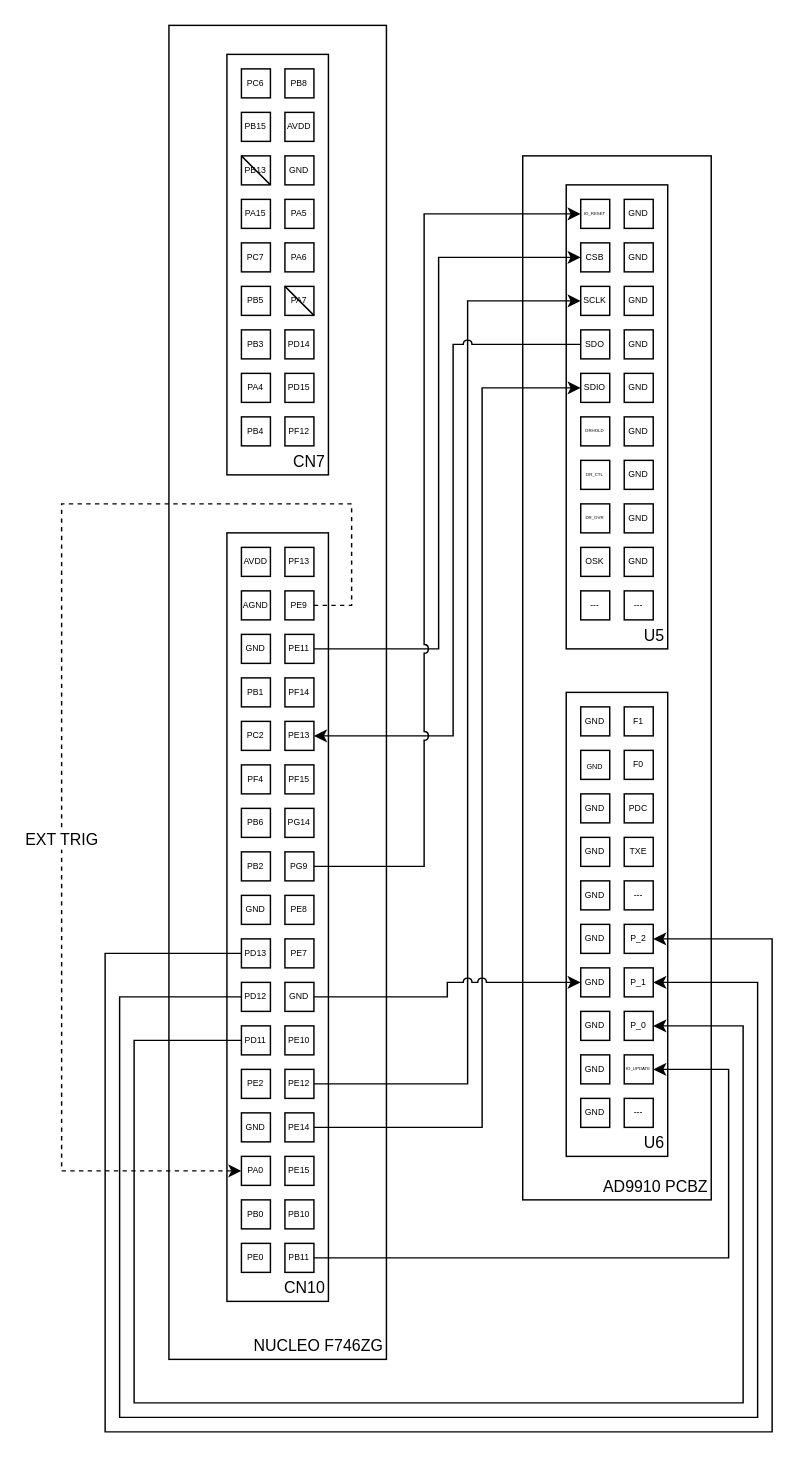
The draw.io diagram wiring_diagram.drawio in AXKuhta/stm32_ad9910, before the edit. Source tidied: cells renumbered, new cells numbered last; positions are measured from the earlier drawing's top-left corner, leaving out a move shared by most shapes. Both pictures are drawn from the tidied source at 145%, with x=0, y=0 at pixel (61, 25).
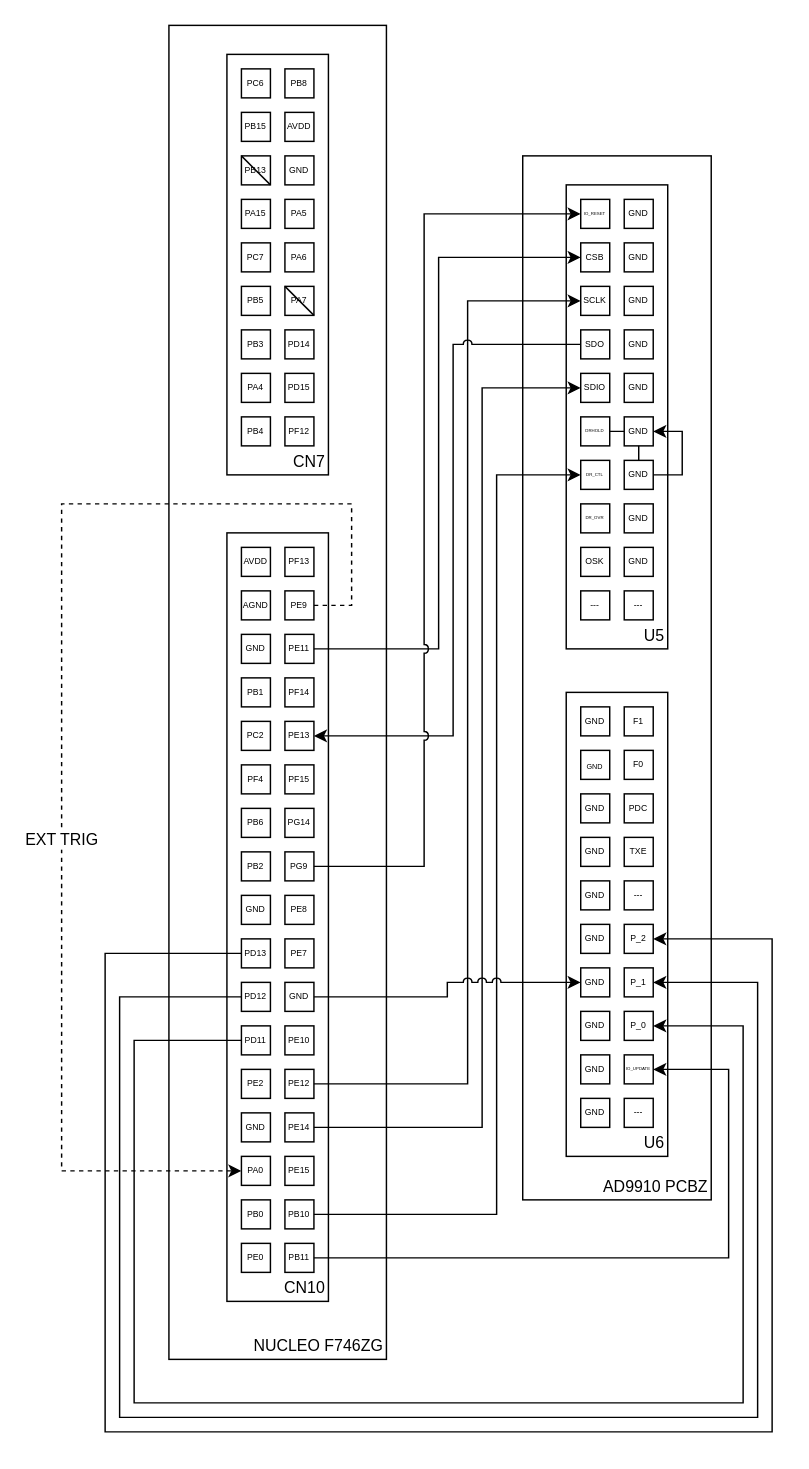
Above is the later version.

Commit message:
Mark DR_CTL as connected on the wiring diagram

The change refers to these unchanged cells:
```xml
<mxCell id="44" value="PB10" style="rounded=0;whiteSpace=wrap;html=1;fontSize=6;" parent="26" vertex="1">
  <mxGeometry x="40" y="460" width="20" height="20" as="geometry" />
</mxCell>
<mxCell id="65" style="group;" parent="63" vertex="1">
  <mxGeometry x="30" y="20" width="70" height="320" as="geometry" />
</mxCell>
<mxCell id="72" value="DRHOLD" style="rounded=0;whiteSpace=wrap;html=1;fontSize=3;" parent="65" vertex="1">
  <mxGeometry x="10" y="160" width="20" height="20" as="geometry" />
</mxCell>
<mxCell id="73" value="DR_CTL" style="rounded=0;whiteSpace=wrap;html=1;fontSize=3;" parent="65" vertex="1">
  <mxGeometry x="10" y="190" width="20" height="20" as="geometry" />
</mxCell>
<mxCell id="81" value="GND" style="rounded=0;whiteSpace=wrap;html=1;fontSize=6;" parent="65" vertex="1">
  <mxGeometry x="40" y="160" width="20" height="20" as="geometry" />
</mxCell>
```

The edit, as a diff of the source:
```diff
@@
+    <mxCell id="119" style="edgeStyle=orthogonalEdgeStyle;rounded=0;jumpStyle=none;jettySize=auto;html=1;entryX=1;entryY=0.5;entryDx=0;entryDy=0;" parent="65" edge="1" source="72" target="81">
+      <mxGeometry relative="1" as="geometry" />
+    </mxCell>
@@
+    <mxCell id="120" style="edgeStyle=orthogonalEdgeStyle;rounded=0;jettySize=auto;html=1;entryX=0;entryY=0.5;entryDx=0;entryDy=0;jumpStyle=none;" parent="1" edge="1" source="44" target="73">
+      <mxGeometry relative="1" as="geometry">
+        <Array as="points">
+          <mxPoint x="300" y="820" />
+          <mxPoint x="300" y="310" />
+        </Array>
+      </mxGeometry>
+    </mxCell>
```
